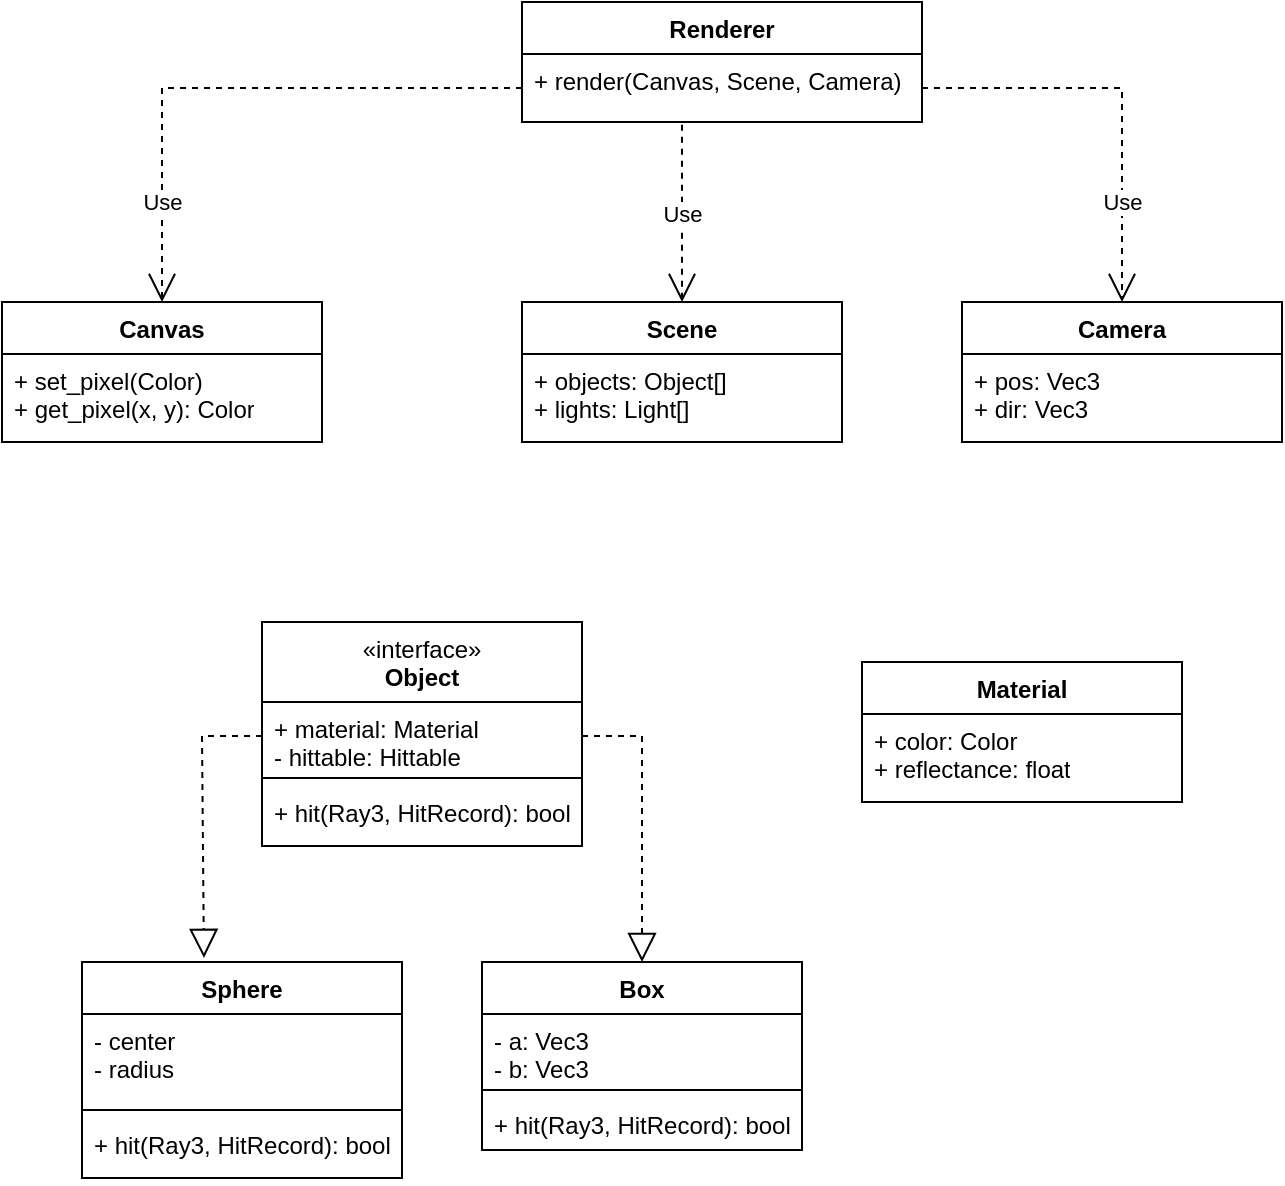
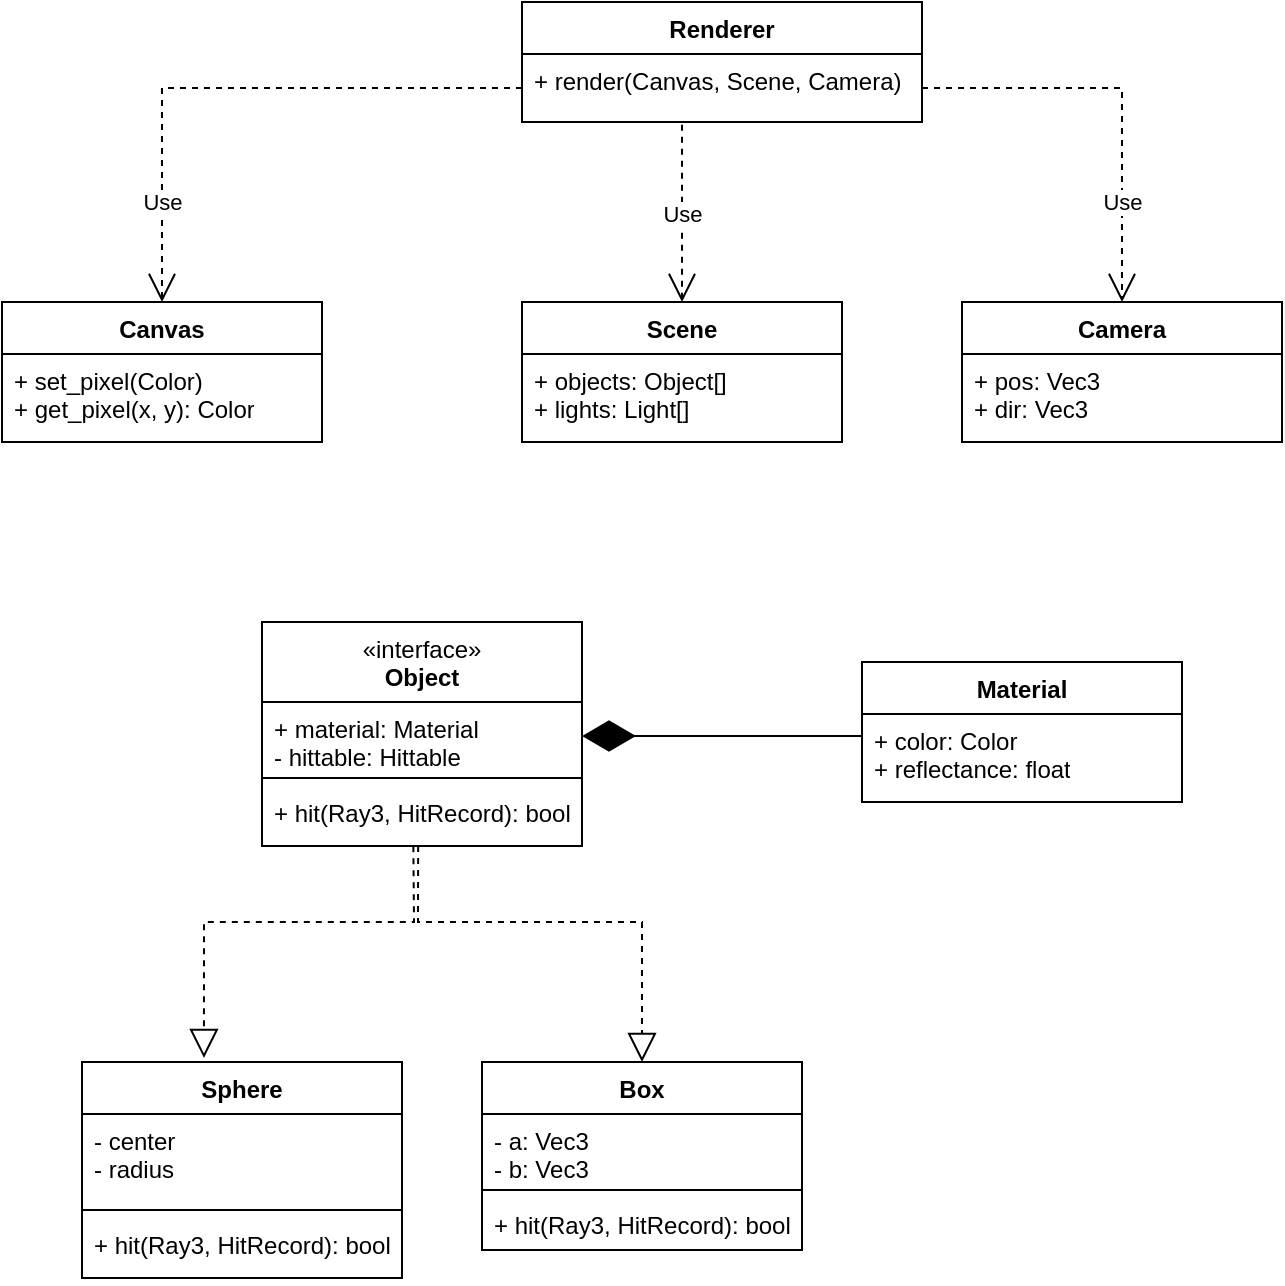
<mxfile host="Electron" agent="Mozilla/5.0 (Windows NT 10.0; Win64; x64) AppleWebKit/537.36 (KHTML, like Gecko) draw.io/26.0.9 Chrome/128.0.6613.186 Electron/32.2.5 Safari/537.36" version="26.0.9">
  <diagram name="Страница — 1" id="ZTjrPOcrjr3_ttdeYWlG">
    <mxGraphModel dx="1434" dy="836" grid="1" gridSize="10" guides="1" tooltips="1" connect="1" arrows="1" fold="1" page="1" pageScale="1" pageWidth="827" pageHeight="1169" math="0" shadow="0">
      <root>
        <mxCell id="0" />
        <mxCell id="1" parent="0" />
-         <mxCell id="hdlihjiLVeq3m88xXGLW-5" value="Renderer" style="swimlane;fontStyle=1;align=center;verticalAlign=top;childLayout=stackLayout;horizontal=1;startSize=26;horizontalStack=0;resizeParent=1;resizeParentMax=0;resizeLast=0;collapsible=1;marginBottom=0;whiteSpace=wrap;html=1;" vertex="1" parent="1">
+         <mxCell id="hdlihjiLVeq3m88xXGLW-5" value="Renderer" style="swimlane;fontStyle=1;align=center;verticalAlign=top;childLayout=stackLayout;horizontal=1;startSize=26;horizontalStack=0;resizeParent=1;resizeParentMax=0;resizeLast=0;collapsible=1;marginBottom=0;whiteSpace=wrap;html=1;" parent="1" vertex="1">
          <mxGeometry x="300" y="40" width="200" height="60" as="geometry" />
        </mxCell>
-         <mxCell id="hdlihjiLVeq3m88xXGLW-8" value="+ render(Canvas, Scene, Camera)" style="text;strokeColor=none;fillColor=none;align=left;verticalAlign=top;spacingLeft=4;spacingRight=4;overflow=hidden;rotatable=0;points=[[0,0.5],[1,0.5]];portConstraint=eastwest;whiteSpace=wrap;html=1;" vertex="1" parent="hdlihjiLVeq3m88xXGLW-5">
+         <mxCell id="hdlihjiLVeq3m88xXGLW-8" value="+ render(Canvas, Scene, Camera)" style="text;strokeColor=none;fillColor=none;align=left;verticalAlign=top;spacingLeft=4;spacingRight=4;overflow=hidden;rotatable=0;points=[[0,0.5],[1,0.5]];portConstraint=eastwest;whiteSpace=wrap;html=1;" parent="hdlihjiLVeq3m88xXGLW-5" vertex="1">
          <mxGeometry y="26" width="200" height="34" as="geometry" />
        </mxCell>
-         <mxCell id="hdlihjiLVeq3m88xXGLW-10" value="Canvas" style="swimlane;fontStyle=1;align=center;verticalAlign=top;childLayout=stackLayout;horizontal=1;startSize=26;horizontalStack=0;resizeParent=1;resizeParentMax=0;resizeLast=0;collapsible=1;marginBottom=0;whiteSpace=wrap;html=1;" vertex="1" parent="1">
+         <mxCell id="hdlihjiLVeq3m88xXGLW-10" value="Canvas" style="swimlane;fontStyle=1;align=center;verticalAlign=top;childLayout=stackLayout;horizontal=1;startSize=26;horizontalStack=0;resizeParent=1;resizeParentMax=0;resizeLast=0;collapsible=1;marginBottom=0;whiteSpace=wrap;html=1;" parent="1" vertex="1">
          <mxGeometry x="40" y="190" width="160" height="70" as="geometry" />
        </mxCell>
-         <mxCell id="hdlihjiLVeq3m88xXGLW-13" value="+ set_pixel(Color)&lt;div&gt;+ get_pixel(x, y): Color&lt;/div&gt;" style="text;strokeColor=none;fillColor=none;align=left;verticalAlign=top;spacingLeft=4;spacingRight=4;overflow=hidden;rotatable=0;points=[[0,0.5],[1,0.5]];portConstraint=eastwest;whiteSpace=wrap;html=1;" vertex="1" parent="hdlihjiLVeq3m88xXGLW-10">
+         <mxCell id="hdlihjiLVeq3m88xXGLW-13" value="+ set_pixel(Color)&lt;div&gt;+ get_pixel(x, y): Color&lt;/div&gt;" style="text;strokeColor=none;fillColor=none;align=left;verticalAlign=top;spacingLeft=4;spacingRight=4;overflow=hidden;rotatable=0;points=[[0,0.5],[1,0.5]];portConstraint=eastwest;whiteSpace=wrap;html=1;" parent="hdlihjiLVeq3m88xXGLW-10" vertex="1">
          <mxGeometry y="26" width="160" height="44" as="geometry" />
        </mxCell>
-         <mxCell id="hdlihjiLVeq3m88xXGLW-18" value="Scene" style="swimlane;fontStyle=1;align=center;verticalAlign=top;childLayout=stackLayout;horizontal=1;startSize=26;horizontalStack=0;resizeParent=1;resizeParentMax=0;resizeLast=0;collapsible=1;marginBottom=0;whiteSpace=wrap;html=1;" vertex="1" parent="1">
+         <mxCell id="hdlihjiLVeq3m88xXGLW-18" value="Scene" style="swimlane;fontStyle=1;align=center;verticalAlign=top;childLayout=stackLayout;horizontal=1;startSize=26;horizontalStack=0;resizeParent=1;resizeParentMax=0;resizeLast=0;collapsible=1;marginBottom=0;whiteSpace=wrap;html=1;" parent="1" vertex="1">
          <mxGeometry x="300" y="190" width="160" height="70" as="geometry" />
        </mxCell>
-         <mxCell id="hdlihjiLVeq3m88xXGLW-19" value="+ objects: Object[]&lt;div&gt;+ lights: Light[]&lt;/div&gt;" style="text;strokeColor=none;fillColor=none;align=left;verticalAlign=top;spacingLeft=4;spacingRight=4;overflow=hidden;rotatable=0;points=[[0,0.5],[1,0.5]];portConstraint=eastwest;whiteSpace=wrap;html=1;" vertex="1" parent="hdlihjiLVeq3m88xXGLW-18">
+         <mxCell id="hdlihjiLVeq3m88xXGLW-19" value="+ objects: Object[]&lt;div&gt;+ lights: Light[]&lt;/div&gt;" style="text;strokeColor=none;fillColor=none;align=left;verticalAlign=top;spacingLeft=4;spacingRight=4;overflow=hidden;rotatable=0;points=[[0,0.5],[1,0.5]];portConstraint=eastwest;whiteSpace=wrap;html=1;" parent="hdlihjiLVeq3m88xXGLW-18" vertex="1">
          <mxGeometry y="26" width="160" height="44" as="geometry" />
        </mxCell>
-         <mxCell id="hdlihjiLVeq3m88xXGLW-22" value="Camera" style="swimlane;fontStyle=1;align=center;verticalAlign=top;childLayout=stackLayout;horizontal=1;startSize=26;horizontalStack=0;resizeParent=1;resizeParentMax=0;resizeLast=0;collapsible=1;marginBottom=0;whiteSpace=wrap;html=1;" vertex="1" parent="1">
+         <mxCell id="hdlihjiLVeq3m88xXGLW-22" value="Camera" style="swimlane;fontStyle=1;align=center;verticalAlign=top;childLayout=stackLayout;horizontal=1;startSize=26;horizontalStack=0;resizeParent=1;resizeParentMax=0;resizeLast=0;collapsible=1;marginBottom=0;whiteSpace=wrap;html=1;" parent="1" vertex="1">
          <mxGeometry x="520" y="190" width="160" height="70" as="geometry" />
        </mxCell>
-         <mxCell id="hdlihjiLVeq3m88xXGLW-23" value="+ pos: Vec3&lt;div&gt;+ dir: Vec3&lt;/div&gt;" style="text;strokeColor=none;fillColor=none;align=left;verticalAlign=top;spacingLeft=4;spacingRight=4;overflow=hidden;rotatable=0;points=[[0,0.5],[1,0.5]];portConstraint=eastwest;whiteSpace=wrap;html=1;" vertex="1" parent="hdlihjiLVeq3m88xXGLW-22">
+         <mxCell id="hdlihjiLVeq3m88xXGLW-23" value="+ pos: Vec3&lt;div&gt;+ dir: Vec3&lt;/div&gt;" style="text;strokeColor=none;fillColor=none;align=left;verticalAlign=top;spacingLeft=4;spacingRight=4;overflow=hidden;rotatable=0;points=[[0,0.5],[1,0.5]];portConstraint=eastwest;whiteSpace=wrap;html=1;" parent="hdlihjiLVeq3m88xXGLW-22" vertex="1">
          <mxGeometry y="26" width="160" height="44" as="geometry" />
        </mxCell>
-         <mxCell id="hdlihjiLVeq3m88xXGLW-26" value="&lt;span style=&quot;font-weight: 400;&quot;&gt;«interface»&lt;/span&gt;&lt;br style=&quot;font-weight: 400;&quot;&gt;Object" style="swimlane;fontStyle=1;align=center;verticalAlign=top;childLayout=stackLayout;horizontal=1;startSize=40;horizontalStack=0;resizeParent=1;resizeParentMax=0;resizeLast=0;collapsible=1;marginBottom=0;whiteSpace=wrap;html=1;" vertex="1" parent="1">
+         <mxCell id="hdlihjiLVeq3m88xXGLW-26" value="&lt;span style=&quot;font-weight: 400;&quot;&gt;«interface»&lt;/span&gt;&lt;br style=&quot;font-weight: 400;&quot;&gt;Object" style="swimlane;fontStyle=1;align=center;verticalAlign=top;childLayout=stackLayout;horizontal=1;startSize=40;horizontalStack=0;resizeParent=1;resizeParentMax=0;resizeLast=0;collapsible=1;marginBottom=0;whiteSpace=wrap;html=1;" parent="1" vertex="1">
          <mxGeometry x="170" y="350" width="160" height="112" as="geometry" />
        </mxCell>
-         <mxCell id="hdlihjiLVeq3m88xXGLW-27" value="+ material: Material&lt;br&gt;- hittable: Hittable" style="text;strokeColor=none;fillColor=none;align=left;verticalAlign=top;spacingLeft=4;spacingRight=4;overflow=hidden;rotatable=0;points=[[0,0.5],[1,0.5]];portConstraint=eastwest;whiteSpace=wrap;html=1;" vertex="1" parent="hdlihjiLVeq3m88xXGLW-26">
+         <mxCell id="hdlihjiLVeq3m88xXGLW-27" value="+ material: Material&lt;br&gt;- hittable: Hittable" style="text;strokeColor=none;fillColor=none;align=left;verticalAlign=top;spacingLeft=4;spacingRight=4;overflow=hidden;rotatable=0;points=[[0,0.5],[1,0.5]];portConstraint=eastwest;whiteSpace=wrap;html=1;" parent="hdlihjiLVeq3m88xXGLW-26" vertex="1">
          <mxGeometry y="40" width="160" height="34" as="geometry" />
        </mxCell>
-         <mxCell id="hdlihjiLVeq3m88xXGLW-28" value="" style="line;strokeWidth=1;fillColor=none;align=left;verticalAlign=middle;spacingTop=-1;spacingLeft=3;spacingRight=3;rotatable=0;labelPosition=right;points=[];portConstraint=eastwest;strokeColor=inherit;" vertex="1" parent="hdlihjiLVeq3m88xXGLW-26">
+         <mxCell id="hdlihjiLVeq3m88xXGLW-28" value="" style="line;strokeWidth=1;fillColor=none;align=left;verticalAlign=middle;spacingTop=-1;spacingLeft=3;spacingRight=3;rotatable=0;labelPosition=right;points=[];portConstraint=eastwest;strokeColor=inherit;" parent="hdlihjiLVeq3m88xXGLW-26" vertex="1">
          <mxGeometry y="74" width="160" height="8" as="geometry" />
        </mxCell>
-         <mxCell id="hdlihjiLVeq3m88xXGLW-29" value="+ hit(Ray3, HitRecord): bool" style="text;strokeColor=none;fillColor=none;align=left;verticalAlign=top;spacingLeft=4;spacingRight=4;overflow=hidden;rotatable=0;points=[[0,0.5],[1,0.5]];portConstraint=eastwest;whiteSpace=wrap;html=1;" vertex="1" parent="hdlihjiLVeq3m88xXGLW-26">
+         <mxCell id="hdlihjiLVeq3m88xXGLW-29" value="+ hit(Ray3, HitRecord): bool" style="text;strokeColor=none;fillColor=none;align=left;verticalAlign=top;spacingLeft=4;spacingRight=4;overflow=hidden;rotatable=0;points=[[0,0.5],[1,0.5]];portConstraint=eastwest;whiteSpace=wrap;html=1;" parent="hdlihjiLVeq3m88xXGLW-26" vertex="1">
          <mxGeometry y="82" width="160" height="30" as="geometry" />
        </mxCell>
-         <mxCell id="hdlihjiLVeq3m88xXGLW-30" value="Material" style="swimlane;fontStyle=1;align=center;verticalAlign=top;childLayout=stackLayout;horizontal=1;startSize=26;horizontalStack=0;resizeParent=1;resizeParentMax=0;resizeLast=0;collapsible=1;marginBottom=0;whiteSpace=wrap;html=1;" vertex="1" parent="1">
+         <mxCell id="hdlihjiLVeq3m88xXGLW-30" value="Material" style="swimlane;fontStyle=1;align=center;verticalAlign=top;childLayout=stackLayout;horizontal=1;startSize=26;horizontalStack=0;resizeParent=1;resizeParentMax=0;resizeLast=0;collapsible=1;marginBottom=0;whiteSpace=wrap;html=1;" parent="1" vertex="1">
          <mxGeometry x="470" y="370" width="160" height="70" as="geometry" />
        </mxCell>
-         <mxCell id="hdlihjiLVeq3m88xXGLW-31" value="+ color: Color&lt;div&gt;+ reflectance: float&lt;/div&gt;" style="text;strokeColor=none;fillColor=none;align=left;verticalAlign=top;spacingLeft=4;spacingRight=4;overflow=hidden;rotatable=0;points=[[0,0.5],[1,0.5]];portConstraint=eastwest;whiteSpace=wrap;html=1;" vertex="1" parent="hdlihjiLVeq3m88xXGLW-30">
+         <mxCell id="hdlihjiLVeq3m88xXGLW-31" value="+ color: Color&lt;div&gt;+ reflectance: float&lt;/div&gt;" style="text;strokeColor=none;fillColor=none;align=left;verticalAlign=top;spacingLeft=4;spacingRight=4;overflow=hidden;rotatable=0;points=[[0,0.5],[1,0.5]];portConstraint=eastwest;whiteSpace=wrap;html=1;" parent="hdlihjiLVeq3m88xXGLW-30" vertex="1">
          <mxGeometry y="26" width="160" height="44" as="geometry" />
        </mxCell>
-         <mxCell id="hdlihjiLVeq3m88xXGLW-35" value="Sphere" style="swimlane;fontStyle=1;align=center;verticalAlign=top;childLayout=stackLayout;horizontal=1;startSize=26;horizontalStack=0;resizeParent=1;resizeParentMax=0;resizeLast=0;collapsible=1;marginBottom=0;whiteSpace=wrap;html=1;" vertex="1" parent="1">
-           <mxGeometry x="80" y="520" width="160" height="108" as="geometry" />
+         <mxCell id="hdlihjiLVeq3m88xXGLW-35" value="Sphere" style="swimlane;fontStyle=1;align=center;verticalAlign=top;childLayout=stackLayout;horizontal=1;startSize=26;horizontalStack=0;resizeParent=1;resizeParentMax=0;resizeLast=0;collapsible=1;marginBottom=0;whiteSpace=wrap;html=1;" parent="1" vertex="1">
+           <mxGeometry x="80" y="570" width="160" height="108" as="geometry" />
        </mxCell>
-         <mxCell id="hdlihjiLVeq3m88xXGLW-36" value="- center&lt;div&gt;- radius&lt;/div&gt;" style="text;strokeColor=none;fillColor=none;align=left;verticalAlign=top;spacingLeft=4;spacingRight=4;overflow=hidden;rotatable=0;points=[[0,0.5],[1,0.5]];portConstraint=eastwest;whiteSpace=wrap;html=1;" vertex="1" parent="hdlihjiLVeq3m88xXGLW-35">
+         <mxCell id="hdlihjiLVeq3m88xXGLW-36" value="- center&lt;div&gt;- radius&lt;/div&gt;" style="text;strokeColor=none;fillColor=none;align=left;verticalAlign=top;spacingLeft=4;spacingRight=4;overflow=hidden;rotatable=0;points=[[0,0.5],[1,0.5]];portConstraint=eastwest;whiteSpace=wrap;html=1;" parent="hdlihjiLVeq3m88xXGLW-35" vertex="1">
          <mxGeometry y="26" width="160" height="44" as="geometry" />
        </mxCell>
-         <mxCell id="hdlihjiLVeq3m88xXGLW-37" value="" style="line;strokeWidth=1;fillColor=none;align=left;verticalAlign=middle;spacingTop=-1;spacingLeft=3;spacingRight=3;rotatable=0;labelPosition=right;points=[];portConstraint=eastwest;strokeColor=inherit;" vertex="1" parent="hdlihjiLVeq3m88xXGLW-35">
+         <mxCell id="hdlihjiLVeq3m88xXGLW-37" value="" style="line;strokeWidth=1;fillColor=none;align=left;verticalAlign=middle;spacingTop=-1;spacingLeft=3;spacingRight=3;rotatable=0;labelPosition=right;points=[];portConstraint=eastwest;strokeColor=inherit;" parent="hdlihjiLVeq3m88xXGLW-35" vertex="1">
          <mxGeometry y="70" width="160" height="8" as="geometry" />
        </mxCell>
-         <mxCell id="hdlihjiLVeq3m88xXGLW-38" value="+ hit(Ray3, HitRecord): bool" style="text;strokeColor=none;fillColor=none;align=left;verticalAlign=top;spacingLeft=4;spacingRight=4;overflow=hidden;rotatable=0;points=[[0,0.5],[1,0.5]];portConstraint=eastwest;whiteSpace=wrap;html=1;" vertex="1" parent="hdlihjiLVeq3m88xXGLW-35">
+         <mxCell id="hdlihjiLVeq3m88xXGLW-38" value="+ hit(Ray3, HitRecord): bool" style="text;strokeColor=none;fillColor=none;align=left;verticalAlign=top;spacingLeft=4;spacingRight=4;overflow=hidden;rotatable=0;points=[[0,0.5],[1,0.5]];portConstraint=eastwest;whiteSpace=wrap;html=1;" parent="hdlihjiLVeq3m88xXGLW-35" vertex="1">
          <mxGeometry y="78" width="160" height="30" as="geometry" />
        </mxCell>
-         <mxCell id="hdlihjiLVeq3m88xXGLW-39" value="Box" style="swimlane;fontStyle=1;align=center;verticalAlign=top;childLayout=stackLayout;horizontal=1;startSize=26;horizontalStack=0;resizeParent=1;resizeParentMax=0;resizeLast=0;collapsible=1;marginBottom=0;whiteSpace=wrap;html=1;" vertex="1" parent="1">
-           <mxGeometry x="280" y="520" width="160" height="94" as="geometry" />
+         <mxCell id="hdlihjiLVeq3m88xXGLW-39" value="Box" style="swimlane;fontStyle=1;align=center;verticalAlign=top;childLayout=stackLayout;horizontal=1;startSize=26;horizontalStack=0;resizeParent=1;resizeParentMax=0;resizeLast=0;collapsible=1;marginBottom=0;whiteSpace=wrap;html=1;" parent="1" vertex="1">
+           <mxGeometry x="280" y="570" width="160" height="94" as="geometry" />
        </mxCell>
-         <mxCell id="hdlihjiLVeq3m88xXGLW-40" value="- a: Vec3&lt;div&gt;- b: Vec3&lt;/div&gt;" style="text;strokeColor=none;fillColor=none;align=left;verticalAlign=top;spacingLeft=4;spacingRight=4;overflow=hidden;rotatable=0;points=[[0,0.5],[1,0.5]];portConstraint=eastwest;whiteSpace=wrap;html=1;" vertex="1" parent="hdlihjiLVeq3m88xXGLW-39">
+         <mxCell id="hdlihjiLVeq3m88xXGLW-40" value="- a: Vec3&lt;div&gt;- b: Vec3&lt;/div&gt;" style="text;strokeColor=none;fillColor=none;align=left;verticalAlign=top;spacingLeft=4;spacingRight=4;overflow=hidden;rotatable=0;points=[[0,0.5],[1,0.5]];portConstraint=eastwest;whiteSpace=wrap;html=1;" parent="hdlihjiLVeq3m88xXGLW-39" vertex="1">
          <mxGeometry y="26" width="160" height="34" as="geometry" />
        </mxCell>
-         <mxCell id="hdlihjiLVeq3m88xXGLW-41" value="" style="line;strokeWidth=1;fillColor=none;align=left;verticalAlign=middle;spacingTop=-1;spacingLeft=3;spacingRight=3;rotatable=0;labelPosition=right;points=[];portConstraint=eastwest;strokeColor=inherit;" vertex="1" parent="hdlihjiLVeq3m88xXGLW-39">
+         <mxCell id="hdlihjiLVeq3m88xXGLW-41" value="" style="line;strokeWidth=1;fillColor=none;align=left;verticalAlign=middle;spacingTop=-1;spacingLeft=3;spacingRight=3;rotatable=0;labelPosition=right;points=[];portConstraint=eastwest;strokeColor=inherit;" parent="hdlihjiLVeq3m88xXGLW-39" vertex="1">
          <mxGeometry y="60" width="160" height="8" as="geometry" />
        </mxCell>
-         <mxCell id="hdlihjiLVeq3m88xXGLW-42" value="+ hit(Ray3, HitRecord): bool" style="text;strokeColor=none;fillColor=none;align=left;verticalAlign=top;spacingLeft=4;spacingRight=4;overflow=hidden;rotatable=0;points=[[0,0.5],[1,0.5]];portConstraint=eastwest;whiteSpace=wrap;html=1;" vertex="1" parent="hdlihjiLVeq3m88xXGLW-39">
+         <mxCell id="hdlihjiLVeq3m88xXGLW-42" value="+ hit(Ray3, HitRecord): bool" style="text;strokeColor=none;fillColor=none;align=left;verticalAlign=top;spacingLeft=4;spacingRight=4;overflow=hidden;rotatable=0;points=[[0,0.5],[1,0.5]];portConstraint=eastwest;whiteSpace=wrap;html=1;" parent="hdlihjiLVeq3m88xXGLW-39" vertex="1">
          <mxGeometry y="68" width="160" height="26" as="geometry" />
        </mxCell>
-         <mxCell id="hdlihjiLVeq3m88xXGLW-43" value="Use" style="endArrow=open;endSize=12;dashed=1;html=1;rounded=0;entryX=0.5;entryY=0;entryDx=0;entryDy=0;exitX=0;exitY=0.5;exitDx=0;exitDy=0;" edge="1" parent="1" source="hdlihjiLVeq3m88xXGLW-8" target="hdlihjiLVeq3m88xXGLW-10">
+         <mxCell id="hdlihjiLVeq3m88xXGLW-43" value="Use" style="endArrow=open;endSize=12;dashed=1;html=1;rounded=0;entryX=0.5;entryY=0;entryDx=0;entryDy=0;exitX=0;exitY=0.5;exitDx=0;exitDy=0;" parent="1" source="hdlihjiLVeq3m88xXGLW-8" target="hdlihjiLVeq3m88xXGLW-10" edge="1">
          <mxGeometry x="0.6516" width="160" relative="1" as="geometry">
            <mxPoint x="400" y="130" as="sourcePoint" />
            <mxPoint x="470" y="310" as="targetPoint" />
            <Array as="points">
              <mxPoint x="120" y="83" />
            </Array>
            <mxPoint as="offset" />
          </mxGeometry>
        </mxCell>
-         <mxCell id="hdlihjiLVeq3m88xXGLW-44" value="Use" style="endArrow=open;endSize=12;dashed=1;html=1;rounded=0;entryX=0.5;entryY=0;entryDx=0;entryDy=0;exitX=0.4;exitY=1.039;exitDx=0;exitDy=0;exitPerimeter=0;" edge="1" parent="1" source="hdlihjiLVeq3m88xXGLW-8" target="hdlihjiLVeq3m88xXGLW-18">
+         <mxCell id="hdlihjiLVeq3m88xXGLW-44" value="Use" style="endArrow=open;endSize=12;dashed=1;html=1;rounded=0;entryX=0.5;entryY=0;entryDx=0;entryDy=0;exitX=0.4;exitY=1.039;exitDx=0;exitDy=0;exitPerimeter=0;" parent="1" source="hdlihjiLVeq3m88xXGLW-8" target="hdlihjiLVeq3m88xXGLW-18" edge="1">
          <mxGeometry width="160" relative="1" as="geometry">
            <mxPoint x="414" y="111" as="sourcePoint" />
            <mxPoint x="130" y="200" as="targetPoint" />
          </mxGeometry>
        </mxCell>
-         <mxCell id="hdlihjiLVeq3m88xXGLW-45" value="Use" style="endArrow=open;endSize=12;dashed=1;html=1;rounded=0;entryX=0.5;entryY=0;entryDx=0;entryDy=0;exitX=1;exitY=0.5;exitDx=0;exitDy=0;" edge="1" parent="1" source="hdlihjiLVeq3m88xXGLW-8" target="hdlihjiLVeq3m88xXGLW-22">
+         <mxCell id="hdlihjiLVeq3m88xXGLW-45" value="Use" style="endArrow=open;endSize=12;dashed=1;html=1;rounded=0;entryX=0.5;entryY=0;entryDx=0;entryDy=0;exitX=1;exitY=0.5;exitDx=0;exitDy=0;" parent="1" source="hdlihjiLVeq3m88xXGLW-8" target="hdlihjiLVeq3m88xXGLW-22" edge="1">
          <mxGeometry x="0.5169" width="160" relative="1" as="geometry">
            <mxPoint x="424" y="121" as="sourcePoint" />
            <mxPoint x="140" y="210" as="targetPoint" />
            <Array as="points">
              <mxPoint x="600" y="83" />
            </Array>
            <mxPoint as="offset" />
          </mxGeometry>
        </mxCell>
-         <mxCell id="hdlihjiLVeq3m88xXGLW-46" value="" style="endArrow=block;dashed=1;endFill=0;endSize=12;html=1;rounded=0;exitX=0;exitY=0.5;exitDx=0;exitDy=0;entryX=0.381;entryY=-0.019;entryDx=0;entryDy=0;entryPerimeter=0;" edge="1" parent="1" source="hdlihjiLVeq3m88xXGLW-27" target="hdlihjiLVeq3m88xXGLW-35">
+         <mxCell id="hdlihjiLVeq3m88xXGLW-46" value="" style="endArrow=block;dashed=1;endFill=0;endSize=12;html=1;rounded=0;exitX=0.473;exitY=1.003;exitDx=0;exitDy=0;entryX=0.381;entryY=-0.019;entryDx=0;entryDy=0;entryPerimeter=0;exitPerimeter=0;" parent="1" source="hdlihjiLVeq3m88xXGLW-29" target="hdlihjiLVeq3m88xXGLW-35" edge="1">
          <mxGeometry width="160" relative="1" as="geometry">
            <mxPoint x="320" y="380" as="sourcePoint" />
            <mxPoint x="480" y="380" as="targetPoint" />
            <Array as="points">
-               <mxPoint x="140" y="407" />
+               <mxPoint x="246" y="500" />
+               <mxPoint x="141" y="500" />
            </Array>
          </mxGeometry>
        </mxCell>
-         <mxCell id="hdlihjiLVeq3m88xXGLW-47" value="" style="endArrow=block;dashed=1;endFill=0;endSize=12;html=1;rounded=0;exitX=1;exitY=0.5;exitDx=0;exitDy=0;entryX=0.5;entryY=0;entryDx=0;entryDy=0;" edge="1" parent="1" source="hdlihjiLVeq3m88xXGLW-27" target="hdlihjiLVeq3m88xXGLW-39">
+         <mxCell id="hdlihjiLVeq3m88xXGLW-47" value="" style="endArrow=block;dashed=1;endFill=0;endSize=12;html=1;rounded=0;exitX=0.488;exitY=1;exitDx=0;exitDy=0;entryX=0.5;entryY=0;entryDx=0;entryDy=0;exitPerimeter=0;" parent="1" source="hdlihjiLVeq3m88xXGLW-29" target="hdlihjiLVeq3m88xXGLW-39" edge="1">
          <mxGeometry width="160" relative="1" as="geometry">
            <mxPoint x="257" y="475" as="sourcePoint" />
            <mxPoint x="170" y="530" as="targetPoint" />
            <Array as="points">
-               <mxPoint x="360" y="407" />
+               <mxPoint x="248" y="500" />
+               <mxPoint x="360" y="500" />
            </Array>
+           </mxGeometry>
+         </mxCell>
+         <mxCell id="x97AeL-hllB0ND-mWEOM-1" value="" style="endArrow=diamondThin;endFill=1;endSize=24;html=1;rounded=0;entryX=1;entryY=0.5;entryDx=0;entryDy=0;exitX=0;exitY=0.25;exitDx=0;exitDy=0;exitPerimeter=0;strokeColor=#000000;" edge="1" parent="1" source="hdlihjiLVeq3m88xXGLW-31" target="hdlihjiLVeq3m88xXGLW-27">
+           <mxGeometry width="160" relative="1" as="geometry">
+             <mxPoint x="370" y="380" as="sourcePoint" />
+             <mxPoint x="420" y="350" as="targetPoint" />
          </mxGeometry>
        </mxCell>
      </root>
    </mxGraphModel>
  </diagram>
</mxfile>
